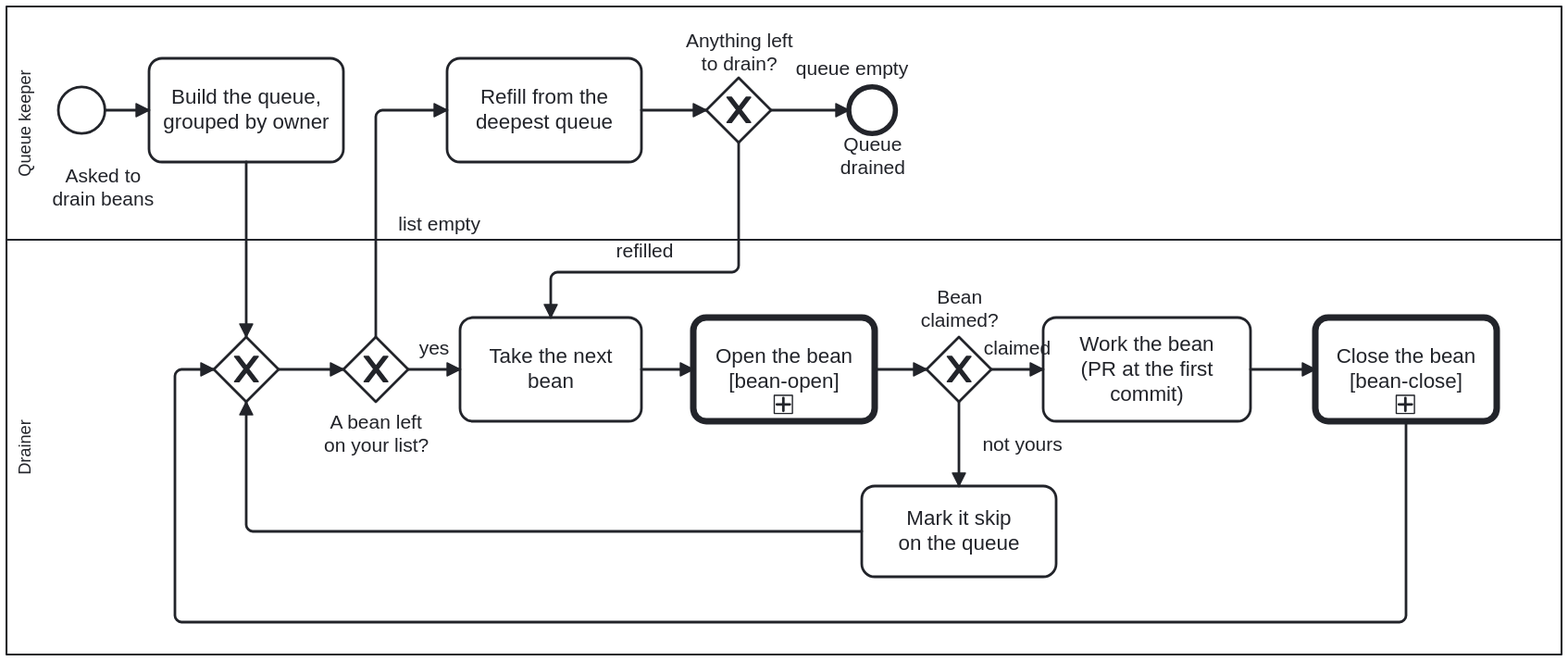
This is docs/assets/img/workflows/bean-drain.svg from litlfred/cat-harness, a BPMN export, as it was before one commit. Its source is kept beside it as processes/sdlc/bean-drain.bpmn. Ids are renumbered.
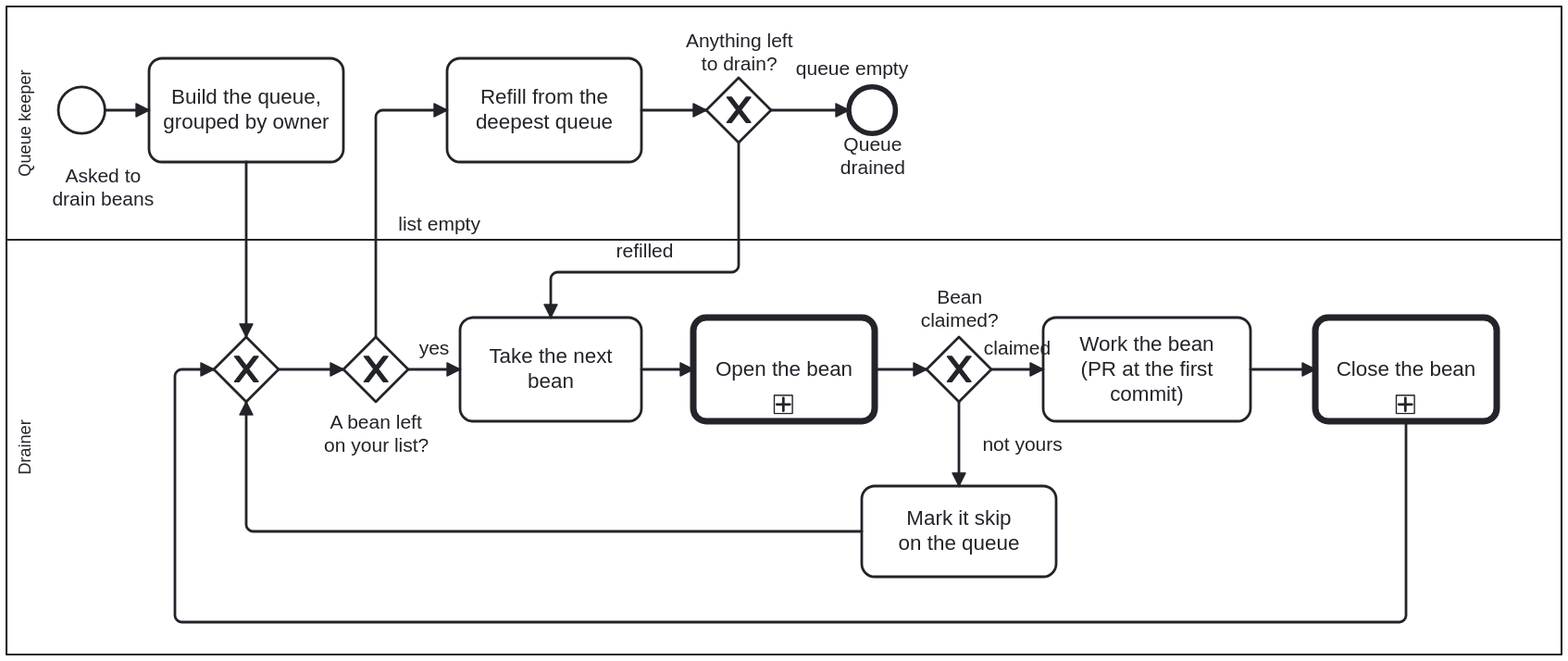
The same diagram one commit later.

Change to the diagram source:
```diff
@@ -94,7 +94,7 @@
       <bpmn:extensionElements><bootstrap.processes:skill ref="bean-coordination"/></bpmn:extensionElements>
     </bpmn:task>
 
-    <bpmn:callActivity id="Drain_Open" name="Open the bean&#10;[bean-open]" calledElement="Process_BeanOpen">
+    <bpmn:callActivity id="Drain_Open" name="Open the bean" calledElement="Process_BeanOpen">
       <bpmn:documentation>Process_BeanOpen on the bean just taken: check it, find out whose it is, and claim it — or leave it alone when another agent holds it. OPEN's check is where the drain's claim check runs (the `bean-claim-check` Tool, bean n7x7): recent commits on every bean copy and any open PR naming the bean, before the claim. The gateway after this reads which end OPEN reached.</bpmn:documentation>
       <bpmn:extensionElements><bootstrap.processes:skill ref="bean-coordination"/></bpmn:extensionElements>
     </bpmn:callActivity>
@@ -113,7 +113,7 @@
       <bpmn:extensionElements><bootstrap.processes:skill ref="continual-progress"/></bpmn:extensionElements>
     </bpmn:task>
 
-    <bpmn:callActivity id="Drain_Close" name="Close the bean&#10;[bean-close]" calledElement="Process_BeanClose">
+    <bpmn:callActivity id="Drain_Close" name="Close the bean" calledElement="Process_BeanClose">
       <bpmn:documentation>Process_BeanClose on the bean just worked: complete and archive it on evidence, scrap it with its reasons, or record its blocker and hand it back to `todo`. On every bean copy. More of the drain follows, so on the drain's own bean the engine notes rather than resolves (see the process comment); then the drainer takes the next bean.</bpmn:documentation>
       <bpmn:extensionElements><bootstrap.processes:skill ref="todo-manager"/></bpmn:extensionElements>
     </bpmn:callActivity>
```
